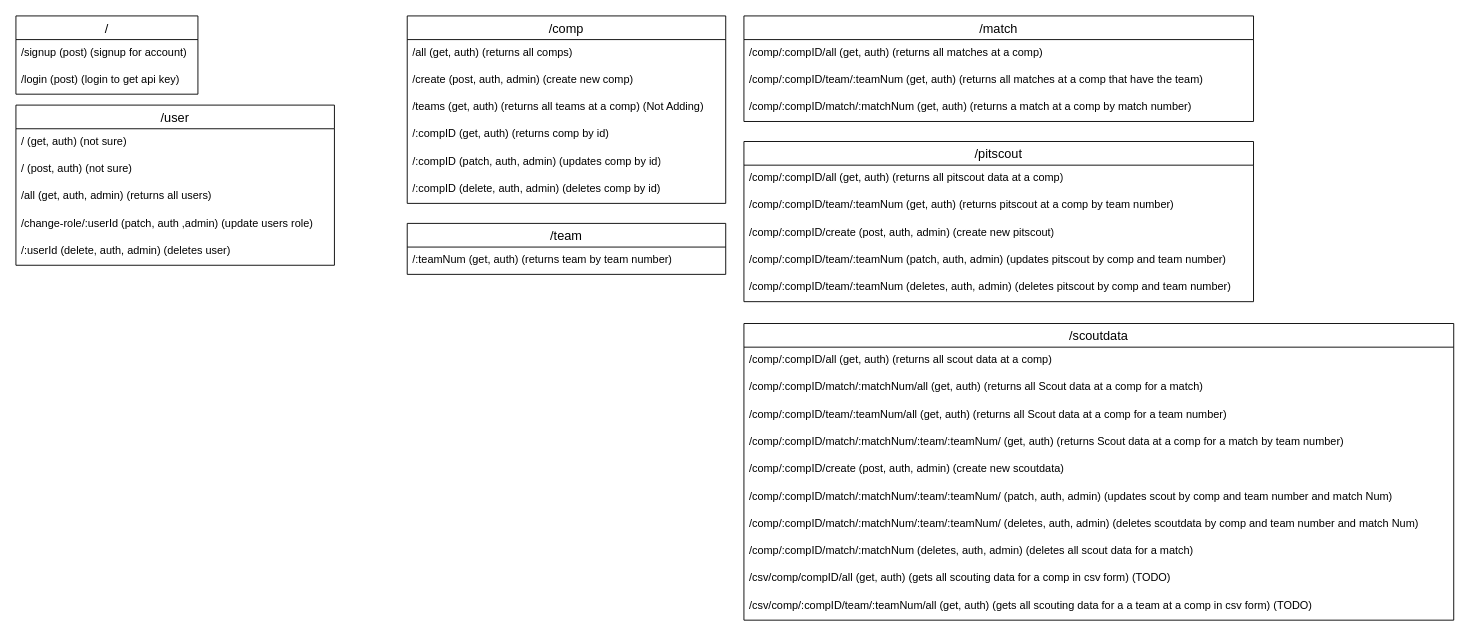
Mountie-Megabots/Scout-Pi keeps this draw.io diagram as diagrams/API Diagram.drawio. Above is the earlier version. Source tidied: cells renumbered, new cells numbered last; positions are measured from the earlier drawing's top-left corner, leaving out a move shared by most shapes. Both pictures are drawn from the tidied source at 91%, with x=0, y=0 at pixel (15, 15).
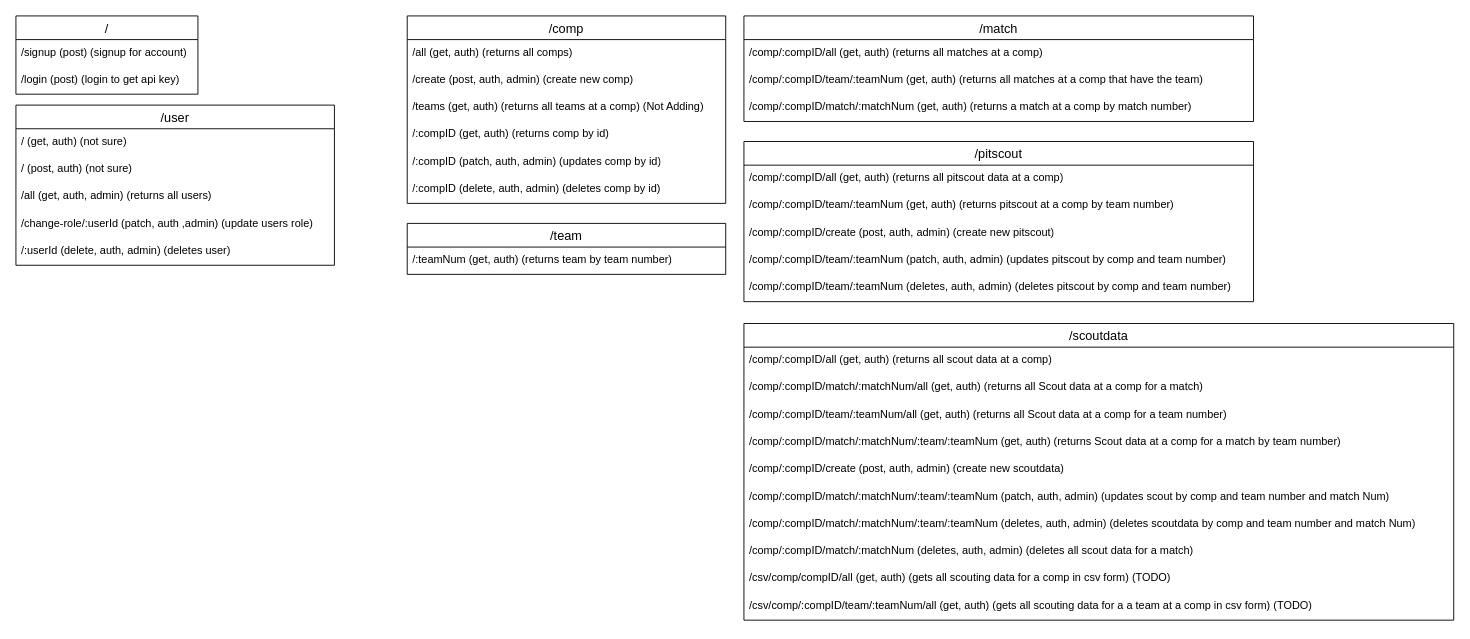
The same diagram, later.

Commit message (it also covers changes not shown here):
Updated Scoutdata Routes

The change refers to these unchanged cells:
```xml
<mxCell id="30" value="/scoutdata" style="swimlane;fontStyle=0;horizontal=1;startSize=26;align=center;fontSize=14;" parent="1" vertex="1">
  <mxGeometry x="800" y="338" width="780" height="326" as="geometry" />
</mxCell>
```

Change to the diagram source:
```diff
@@
-    <mxCell id="34" value="/comp/:compID/match/:matchNum/:team/:teamNum/ (get, auth) (returns Scout data at a comp for a match by team number)" style="text;strokeColor=none;fillColor=none;spacingLeft=4;spacingRight=4;overflow=hidden;fontSize=12;whiteSpace=wrap;html=1;" parent="30" vertex="1">
+    <mxCell id="34" value="/comp/:compID/match/:matchNum/:team/:teamNum (get, auth) (returns Scout data at a comp for a match by team number)" style="text;strokeColor=none;fillColor=none;spacingLeft=4;spacingRight=4;overflow=hidden;fontSize=12;whiteSpace=wrap;html=1;" parent="30" vertex="1">
       <mxGeometry y="116" width="780" height="30" as="geometry" />
     </mxCell>
@@
-    <mxCell id="36" value="/comp/:compID/match/:matchNum/:team/:teamNum/ (patch, auth, admin) (updates scout by comp and team number and match Num)" style="text;strokeColor=none;fillColor=none;spacingLeft=4;spacingRight=4;overflow=hidden;fontSize=12;whiteSpace=wrap;html=1;" parent="30" vertex="1">
+    <mxCell id="36" value="/comp/:compID/match/:matchNum/:team/:teamNum (patch, auth, admin) (updates scout by comp and team number and match Num)" style="text;strokeColor=none;fillColor=none;spacingLeft=4;spacingRight=4;overflow=hidden;fontSize=12;whiteSpace=wrap;html=1;" parent="30" vertex="1">
       <mxGeometry y="176" width="780" height="30" as="geometry" />
     </mxCell>
-    <mxCell id="37" value="/comp/:compID/match/:matchNum/:team/:teamNum/ (deletes, auth, admin) (deletes scoutdata by comp and team number and match Num)" style="text;strokeColor=none;fillColor=none;spacingLeft=4;spacingRight=4;overflow=hidden;fontSize=12;whiteSpace=wrap;html=1;" parent="30" vertex="1">
+    <mxCell id="37" value="/comp/:compID/match/:matchNum/:team/:teamNum (deletes, auth, admin) (deletes scoutdata by comp and team number and match Num)" style="text;strokeColor=none;fillColor=none;spacingLeft=4;spacingRight=4;overflow=hidden;fontSize=12;whiteSpace=wrap;html=1;" parent="30" vertex="1">
       <mxGeometry y="206" width="780" height="30" as="geometry" />
     </mxCell>
```
